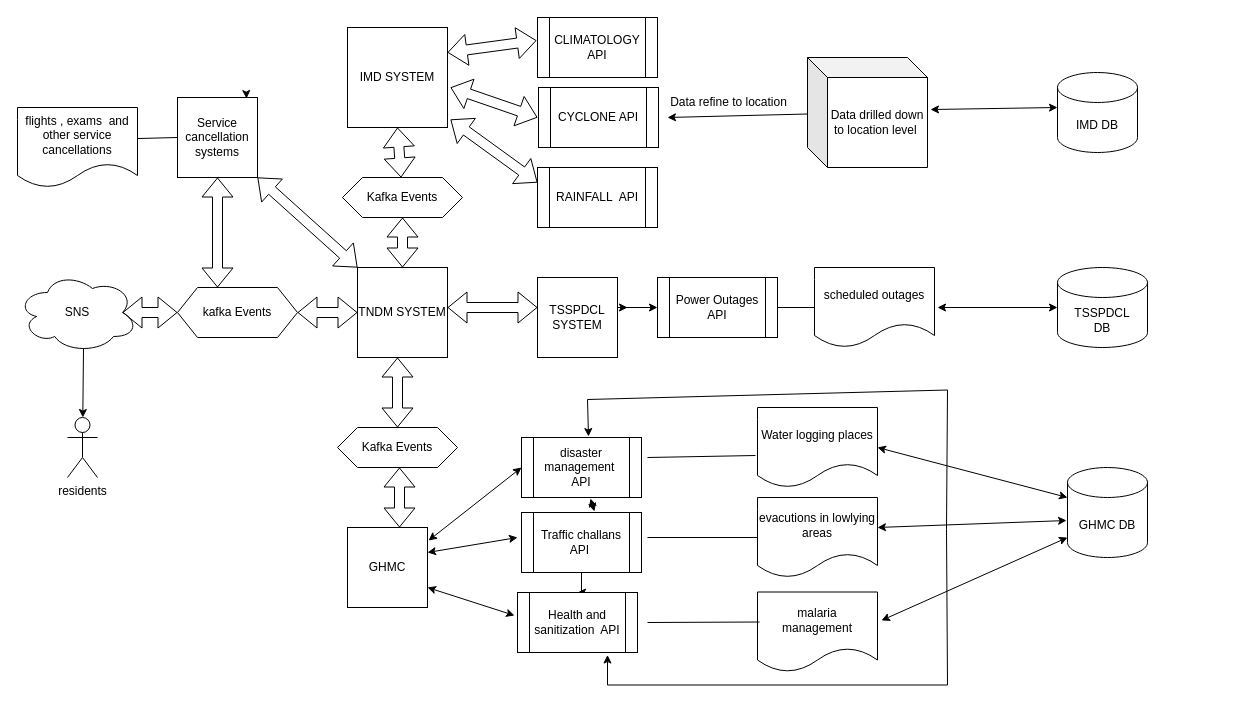
Above: Untitled Diagram.drawio in divyadronavalli/demo (draw.io), before the change. Source tidied: cells renumbered, new cells numbered last; positions are measured from the earlier drawing's top-left corner, leaving out a move shared by most shapes. Both pictures are drawn from the tidied source at 100%, with x=0, y=0 at pixel (17, 17).
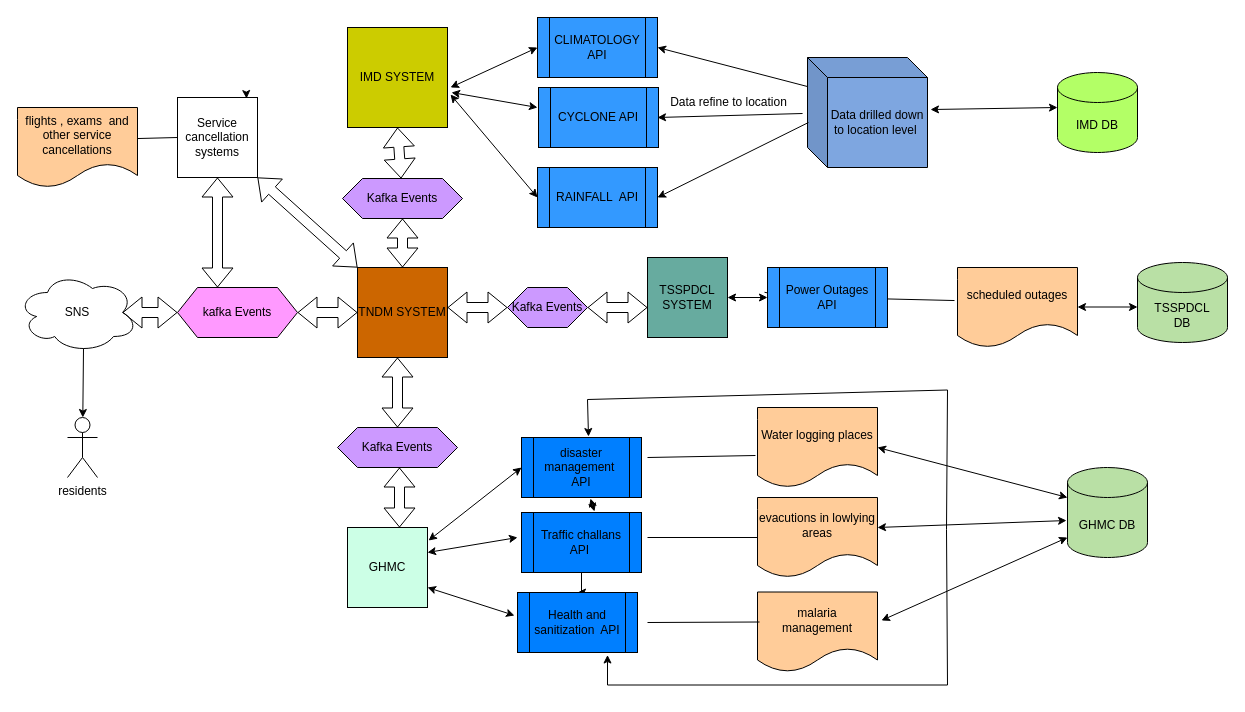
The same page after the edit.

Change to the diagram source:
```diff
@@
-    <mxCell id="2" value="TNDM SYSTEM" style="whiteSpace=wrap;html=1;" parent="1" vertex="1">
+    <mxCell id="2" value="TNDM SYSTEM" style="whiteSpace=wrap;html=1;fillColor=#CC6600;" parent="1" vertex="1">
       <mxGeometry x="340" y="250" width="90" height="90" as="geometry" />
     </mxCell>
@@
-    <mxCell id="6" value="IMD SYSTEM" style="whiteSpace=wrap;html=1;" parent="1" vertex="1">
+    <mxCell id="6" value="IMD SYSTEM" style="whiteSpace=wrap;html=1;fillColor=#CCCC00;" parent="1" vertex="1">
       <mxGeometry x="330" y="10" width="100" height="100" as="geometry" />
     </mxCell>
-    <mxCell id="7" value="TSSPDCL&lt;br&gt;SYSTEM" style="whiteSpace=wrap;html=1;" parent="1" vertex="1">
-      <mxGeometry x="520" y="260" width="80" height="80" as="geometry" />
+    <mxCell id="7" value="TSSPDCL&lt;br&gt;SYSTEM" style="whiteSpace=wrap;html=1;fillColor=#67AB9F;" parent="1" vertex="1">
+      <mxGeometry x="630" y="240" width="80" height="80" as="geometry" />
     </mxCell>
-    <mxCell id="8" value="CLIMATOLOGY&lt;br&gt;API" style="shape=process;whiteSpace=wrap;html=1;backgroundOutline=1;" parent="1" vertex="1">
+    <mxCell id="8" value="CLIMATOLOGY&lt;br&gt;API" style="shape=process;whiteSpace=wrap;html=1;backgroundOutline=1;fillColor=#3399FF;" parent="1" vertex="1">
       <mxGeometry x="520" width="120" height="60" as="geometry" />
     </mxCell>
-    <mxCell id="9" value="Data drilled down to location level&amp;nbsp;" style="shape=cube;whiteSpace=wrap;html=1;boundedLbl=1;backgroundOutline=1;darkOpacity=0.05;darkOpacity2=0.1;" parent="1" vertex="1">
+    <mxCell id="9" value="Data drilled down to location level&amp;nbsp;" style="shape=cube;whiteSpace=wrap;html=1;boundedLbl=1;backgroundOutline=1;darkOpacity=0.05;darkOpacity2=0.1;fillColor=#7EA6E0;" parent="1" vertex="1">
       <mxGeometry x="790" y="40" width="120" height="110" as="geometry" />
     </mxCell>
-    <mxCell id="10" value="CYCLONE API" style="shape=process;whiteSpace=wrap;html=1;backgroundOutline=1;" parent="1" vertex="1">
+    <mxCell id="10" value="CYCLONE API" style="shape=process;whiteSpace=wrap;html=1;backgroundOutline=1;fillColor=#3399FF;" parent="1" vertex="1">
       <mxGeometry x="521" y="70" width="120" height="60" as="geometry" />
     </mxCell>
-    <mxCell id="11" value="RAINFALL&amp;nbsp; API" style="shape=process;whiteSpace=wrap;html=1;backgroundOutline=1;" parent="1" vertex="1">
+    <mxCell id="11" value="RAINFALL&amp;nbsp; API" style="shape=process;whiteSpace=wrap;html=1;backgroundOutline=1;fillColor=#3399FF;" parent="1" vertex="1">
       <mxGeometry x="520" y="150" width="120" height="60" as="geometry" />
     </mxCell>
-    <mxCell id="12" style="endArrow=classic;html=1;rounded=0;" parent="1" edge="1" source="9">
+    <mxCell id="12" style="endArrow=classic;html=1;rounded=0;" parent="1" edge="1" source="13">
       <mxGeometry relative="1" as="geometry">
         <mxPoint x="650" y="100" as="targetPoint" />
       </mxGeometry>
     </mxCell>
-    <mxCell id="13" value="Data refine to location" style="text;html=1;align=center;verticalAlign=middle;points=[];strokeColor=none;fillColor=none;" parent="1" vertex="1">
-      <mxGeometry x="641" y="70" width="140" height="30" as="geometry" />
-    </mxCell>
-    <mxCell id="14" style="shape=flexArrow;endArrow=classic;startArrow=classic;html=1;rounded=0;entryX=-0.008;entryY=0.383;entryDx=0;entryDy=0;entryPerimeter=0;exitX=1;exitY=0.25;exitDx=0;exitDy=0;" parent="1" edge="1" source="6" target="8">
-      <mxGeometry relative="1" as="geometry" />
-    </mxCell>
-    <mxCell id="15" style="shape=flexArrow;endArrow=classic;startArrow=classic;html=1;rounded=0;exitX=1.03;exitY=0.6;exitDx=0;exitDy=0;exitPerimeter=0;" parent="1" edge="1" source="6">
-      <mxGeometry relative="1" as="geometry">
-        <mxPoint x="520" y="100" as="targetPoint" />
-      </mxGeometry>
-    </mxCell>
-    <mxCell id="16" value="Power Outages API" style="shape=process;whiteSpace=wrap;html=1;backgroundOutline=1;" parent="1" vertex="1">
-      <mxGeometry x="640" y="260" width="120" height="60" as="geometry" />
-    </mxCell>
-    <mxCell id="17" value="scheduled outages" style="shape=document;whiteSpace=wrap;html=1;boundedLbl=1;" parent="1" vertex="1">
-      <mxGeometry x="797" y="250" width="120" height="80" as="geometry" />
+    <mxCell id="17" value="scheduled outages" style="shape=document;whiteSpace=wrap;html=1;boundedLbl=1;fillColor=#FFCC99;" parent="1" vertex="1">
+      <mxGeometry x="940" y="250" width="120" height="80" as="geometry" />
     </mxCell>
-    <mxCell id="18" value="GHMC" style="whiteSpace=wrap;html=1;" parent="1" vertex="1">
+    <mxCell id="18" value="GHMC" style="whiteSpace=wrap;html=1;fillColor=#CCFFE6;" parent="1" vertex="1">
       <mxGeometry x="330" y="510" width="80" height="80" as="geometry" />
     </mxCell>
-    <mxCell id="19" value="disaster management&amp;nbsp; API" style="shape=process;whiteSpace=wrap;html=1;backgroundOutline=1;" parent="1" vertex="1">
+    <mxCell id="19" value="disaster management&amp;nbsp; API" style="shape=process;whiteSpace=wrap;html=1;backgroundOutline=1;fillColor=#007FFF;" parent="1" vertex="1">
       <mxGeometry x="504" y="420" width="120" height="60" as="geometry" />
     </mxCell>
@@
-    <mxCell id="21" value="Traffic challans API&amp;nbsp;" style="shape=process;whiteSpace=wrap;html=1;backgroundOutline=1;" parent="1" vertex="1">
+    <mxCell id="21" value="Traffic challans API&amp;nbsp;" style="shape=process;whiteSpace=wrap;html=1;backgroundOutline=1;fillColor=#007FFF;" parent="1" vertex="1">
       <mxGeometry x="504" y="495" width="120" height="60" as="geometry" />
     </mxCell>
-    <mxCell id="22" value="Health and sanitization&amp;nbsp; API" style="shape=process;whiteSpace=wrap;html=1;backgroundOutline=1;" parent="1" vertex="1">
+    <mxCell id="22" value="Health and sanitization&amp;nbsp; API" style="shape=process;whiteSpace=wrap;html=1;backgroundOutline=1;fillColor=#007FFF;" parent="1" vertex="1">
       <mxGeometry x="500" y="575" width="120" height="60" as="geometry" />
     </mxCell>
-    <mxCell id="23" value="malaria&lt;br&gt;management" style="shape=document;whiteSpace=wrap;html=1;boundedLbl=1;" parent="1" vertex="1">
+    <mxCell id="23" value="malaria&lt;br&gt;management" style="shape=document;whiteSpace=wrap;html=1;boundedLbl=1;fillColor=#FFCC99;" parent="1" vertex="1">
       <mxGeometry x="740" y="574.5" width="120" height="80" as="geometry" />
     </mxCell>
@@
-    <mxCell id="25" style="shape=flexArrow;endArrow=classic;startArrow=classic;html=1;rounded=0;" parent="1" edge="1">
+    <mxCell id="25" style="shape=flexArrow;endArrow=classic;startArrow=classic;html=1;rounded=0;entryX=0;entryY=0.5;entryDx=0;entryDy=0;" parent="1" edge="1" target="64">
       <mxGeometry relative="1" as="geometry">
         <mxPoint x="430" y="290" as="sourcePoint" />
-        <mxPoint x="520" y="290" as="targetPoint" />
       </mxGeometry>
     </mxCell>
-    <mxCell id="26" value="evacutions in lowlying areas" style="shape=document;whiteSpace=wrap;html=1;boundedLbl=1;" parent="1" vertex="1">
+    <mxCell id="26" value="evacutions in lowlying areas" style="shape=document;whiteSpace=wrap;html=1;boundedLbl=1;fillColor=#FFCC99;" parent="1" vertex="1">
       <mxGeometry x="740" y="480" width="120" height="80" as="geometry" />
     </mxCell>
-    <mxCell id="27" style="endArrow=none;html=1;rounded=0;entryX=0;entryY=0.5;entryDx=0;entryDy=0;exitX=1;exitY=0.5;exitDx=0;exitDy=0;" parent="1" edge="1" source="16" target="17">
+    <mxCell id="27" style="endArrow=none;html=1;rounded=0;entryX=-0.025;entryY=0.413;entryDx=0;entryDy=0;entryPerimeter=0;" parent="1" edge="1" source="16" target="17">
       <mxGeometry relative="1" as="geometry" />
     </mxCell>
@@
-    <mxCell id="34" value="Water logging places" style="shape=document;whiteSpace=wrap;html=1;boundedLbl=1;" parent="1" vertex="1">
+    <mxCell id="34" value="Water logging places" style="shape=document;whiteSpace=wrap;html=1;boundedLbl=1;fillColor=#FFCC99;" parent="1" vertex="1">
       <mxGeometry x="740" y="390" width="120" height="80" as="geometry" />
     </mxCell>
@@
-    <mxCell id="37" style="endArrow=classic;startArrow=classic;html=1;rounded=0;entryX=0;entryY=0.5;entryDx=0;entryDy=0;" parent="1" edge="1" target="16">
-      <mxGeometry relative="1" as="geometry">
-        <mxPoint x="610" y="290" as="sourcePoint" />
-        <Array as="points">
-          <mxPoint x="600" y="290" />
-        </Array>
-      </mxGeometry>
-    </mxCell>
-    <mxCell id="38" value="IMD DB" style="shape=cylinder3;whiteSpace=wrap;html=1;boundedLbl=1;backgroundOutline=1;size=15;" parent="1" vertex="1">
+    <mxCell id="38" value="IMD DB" style="shape=cylinder3;whiteSpace=wrap;html=1;boundedLbl=1;backgroundOutline=1;size=15;fillColor=#B3FF66;" parent="1" vertex="1">
       <mxGeometry x="1040" y="55" width="80" height="80" as="geometry" />
     </mxCell>
-    <mxCell id="39" value="TSSPDCL&lt;br&gt;DB" style="shape=cylinder3;whiteSpace=wrap;html=1;boundedLbl=1;backgroundOutline=1;size=15;" parent="1" vertex="1">
-      <mxGeometry x="1040" y="250" width="90" height="80" as="geometry" />
+    <mxCell id="39" value="TSSPDCL&lt;br&gt;DB" style="shape=cylinder3;whiteSpace=wrap;html=1;boundedLbl=1;backgroundOutline=1;size=15;fillColor=#B9E0A5;" parent="1" vertex="1">
+      <mxGeometry x="1120" y="245" width="90" height="80" as="geometry" />
     </mxCell>
-    <mxCell id="40" value="GHMC DB" style="shape=cylinder3;whiteSpace=wrap;html=1;boundedLbl=1;backgroundOutline=1;size=15;" parent="1" vertex="1">
+    <mxCell id="40" value="GHMC DB" style="shape=cylinder3;whiteSpace=wrap;html=1;boundedLbl=1;backgroundOutline=1;size=15;fillColor=#B9E0A5;" parent="1" vertex="1">
       <mxGeometry x="1050" y="450" width="80" height="90" as="geometry" />
     </mxCell>
@@
     <mxCell id="42" style="endArrow=classic;startArrow=classic;html=1;rounded=0;" parent="1" edge="1">
       <mxGeometry relative="1" as="geometry">
-        <mxPoint x="920" y="290" as="sourcePoint" />
-        <mxPoint x="1040" y="290" as="targetPoint" />
+        <mxPoint x="1060" y="289.5" as="sourcePoint" />
+        <mxPoint x="1120" y="289.5" as="targetPoint" />
       </mxGeometry>
     </mxCell>
@@
-    <mxCell id="46" value="kafka Events" style="shape=hexagon;perimeter=hexagonPerimeter2;whiteSpace=wrap;html=1;fixedSize=1;" parent="1" vertex="1">
+    <mxCell id="46" value="kafka Events" style="shape=hexagon;perimeter=hexagonPerimeter2;whiteSpace=wrap;html=1;fixedSize=1;fillColor=#FF99FF;" parent="1" vertex="1">
       <mxGeometry x="160" y="270" width="120" height="50" as="geometry" />
     </mxCell>
-    <mxCell id="47" value="Kafka Events" style="shape=hexagon;perimeter=hexagonPerimeter2;whiteSpace=wrap;html=1;fixedSize=1;" parent="1" vertex="1">
+    <mxCell id="47" value="Kafka Events" style="shape=hexagon;perimeter=hexagonPerimeter2;whiteSpace=wrap;html=1;fixedSize=1;fillColor=#CC99FF;" parent="1" vertex="1">
       <mxGeometry x="320" y="410" width="120" height="40" as="geometry" />
     </mxCell>
@@
-    <mxCell id="50" value="Kafka Events" style="shape=hexagon;perimeter=hexagonPerimeter2;whiteSpace=wrap;html=1;fixedSize=1;" parent="1" vertex="1">
-      <mxGeometry x="325" y="160" width="120" height="40" as="geometry" />
+    <mxCell id="50" value="Kafka Events" style="shape=hexagon;perimeter=hexagonPerimeter2;whiteSpace=wrap;html=1;fixedSize=1;fillColor=#CC99FF;" parent="1" vertex="1">
+      <mxGeometry x="325" y="161" width="120" height="40" as="geometry" />
     </mxCell>
@@
-    <mxCell id="52" style="shape=flexArrow;endArrow=classic;startArrow=classic;html=1;rounded=0;exitX=0;exitY=0.25;exitDx=0;exitDy=0;entryX=1.03;entryY=0.92;entryDx=0;entryDy=0;entryPerimeter=0;" parent="1" edge="1" source="11" target="6">
-      <mxGeometry relative="1" as="geometry" />
-    </mxCell>
@@
-    <mxCell id="60" value="flights , exams&amp;nbsp; and other service cancellations" style="shape=document;whiteSpace=wrap;html=1;boundedLbl=1;" parent="1" vertex="1">
+    <mxCell id="60" value="flights , exams&amp;nbsp; and other service cancellations" style="shape=document;whiteSpace=wrap;html=1;boundedLbl=1;fillColor=#FFCC99;" parent="1" vertex="1">
       <mxGeometry y="90" width="120" height="80" as="geometry" />
     </mxCell>
@@
+    <mxCell id="62" style="endArrow=classic;startArrow=classic;html=1;rounded=0;entryX=0;entryY=0.5;entryDx=0;entryDy=0;exitX=1.03;exitY=0.67;exitDx=0;exitDy=0;exitPerimeter=0;" parent="1" edge="1" source="6" target="11">
+      <mxGeometry relative="1" as="geometry" />
+    </mxCell>
+    <mxCell id="63" style="endArrow=classic;startArrow=classic;html=1;rounded=0;exitX=1.04;exitY=0.65;exitDx=0;exitDy=0;exitPerimeter=0;" parent="1" edge="1" source="6">
+      <mxGeometry relative="1" as="geometry">
+        <mxPoint x="520" y="90" as="targetPoint" />
+      </mxGeometry>
+    </mxCell>
+    <mxCell id="14" style="endArrow=classic;startArrow=classic;html=1;rounded=0;entryX=0;entryY=0.5;entryDx=0;entryDy=0;exitX=1.03;exitY=0.6;exitDx=0;exitDy=0;exitPerimeter=0;" parent="1" edge="1" source="6" target="8">
+      <mxGeometry relative="1" as="geometry" />
+    </mxCell>
+    <mxCell id="64" value="Kafka Events" style="shape=hexagon;perimeter=hexagonPerimeter2;whiteSpace=wrap;html=1;fixedSize=1;fillColor=#CC99FF;" parent="1" vertex="1">
+      <mxGeometry x="490" y="270" width="80" height="40" as="geometry" />
+    </mxCell>
+    <mxCell id="65" style="endArrow=none;html=1;rounded=0;entryX=-0.025;entryY=0.413;entryDx=0;entryDy=0;entryPerimeter=0;" parent="1" edge="1" target="16">
+      <mxGeometry relative="1" as="geometry">
+        <mxPoint x="810" y="287" as="sourcePoint" />
+      </mxGeometry>
+    </mxCell>
+    <mxCell id="16" value="Power Outages API" style="shape=process;whiteSpace=wrap;html=1;backgroundOutline=1;fillColor=#3399FF;" parent="1" vertex="1">
+      <mxGeometry x="750" y="250" width="120" height="60" as="geometry" />
+    </mxCell>
+    <mxCell id="66" style="shape=flexArrow;endArrow=classic;startArrow=classic;html=1;rounded=0;exitX=1;exitY=0.5;exitDx=0;exitDy=0;entryX=0;entryY=0.625;entryDx=0;entryDy=0;entryPerimeter=0;" parent="1" edge="1" source="64" target="7">
+      <mxGeometry relative="1" as="geometry" />
+    </mxCell>
+    <mxCell id="67" style="endArrow=classic;startArrow=classic;html=1;rounded=0;entryX=0;entryY=0.5;entryDx=0;entryDy=0;exitX=1;exitY=0.5;exitDx=0;exitDy=0;" parent="1" edge="1" source="7" target="16">
+      <mxGeometry relative="1" as="geometry" />
+    </mxCell>
+    <mxCell id="68" style="endArrow=classic;html=1;rounded=0;entryX=1;entryY=0.5;entryDx=0;entryDy=0;exitX=0.008;exitY=0.591;exitDx=0;exitDy=0;exitPerimeter=0;" parent="1" edge="1" source="9" target="11">
+      <mxGeometry relative="1" as="geometry" />
+    </mxCell>
+    <mxCell id="69" style="endArrow=classic;html=1;rounded=0;exitX=0;exitY=0.264;exitDx=0;exitDy=0;exitPerimeter=0;entryX=1;entryY=0.5;entryDx=0;entryDy=0;" parent="1" edge="1" source="9" target="8">
+      <mxGeometry relative="1" as="geometry" />
+    </mxCell>
+    <mxCell id="13" value="Data refine to location" style="text;html=1;align=center;verticalAlign=middle;points=[];strokeColor=none;fillColor=none;" parent="1" vertex="1">
+      <mxGeometry x="641" y="70" width="140" height="30" as="geometry" />
+    </mxCell>
+    <mxCell id="70" style="endArrow=classic;html=1;rounded=0;exitX=1.029;exitY=0.867;exitDx=0;exitDy=0;exitPerimeter=0;entryX=-0.007;entryY=1;entryDx=0;entryDy=0;entryPerimeter=0;" parent="1" edge="1" source="13" target="13">
+      <mxGeometry relative="1" as="geometry" />
+    </mxCell>
```
